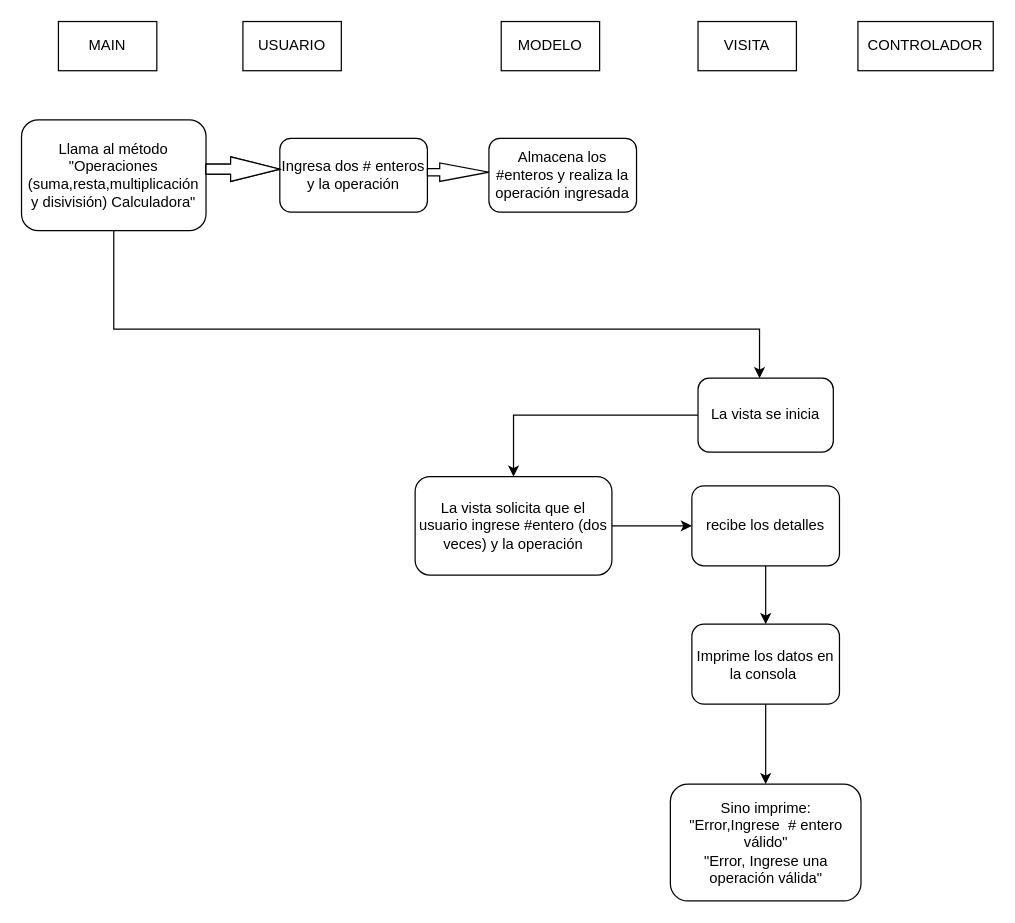
This is Diagrama sin título.drawio from ToMaZz-07/C-Users-USER-Desktop-espePOO, a draw.io file, before an edit. Source tidied: cells renumbered, new cells numbered last; positions are measured from the earlier drawing's top-left corner, leaving out a move shared by most shapes. Both pictures are drawn from the tidied source at 123%, with x=0, y=0 at pixel (21, 21).
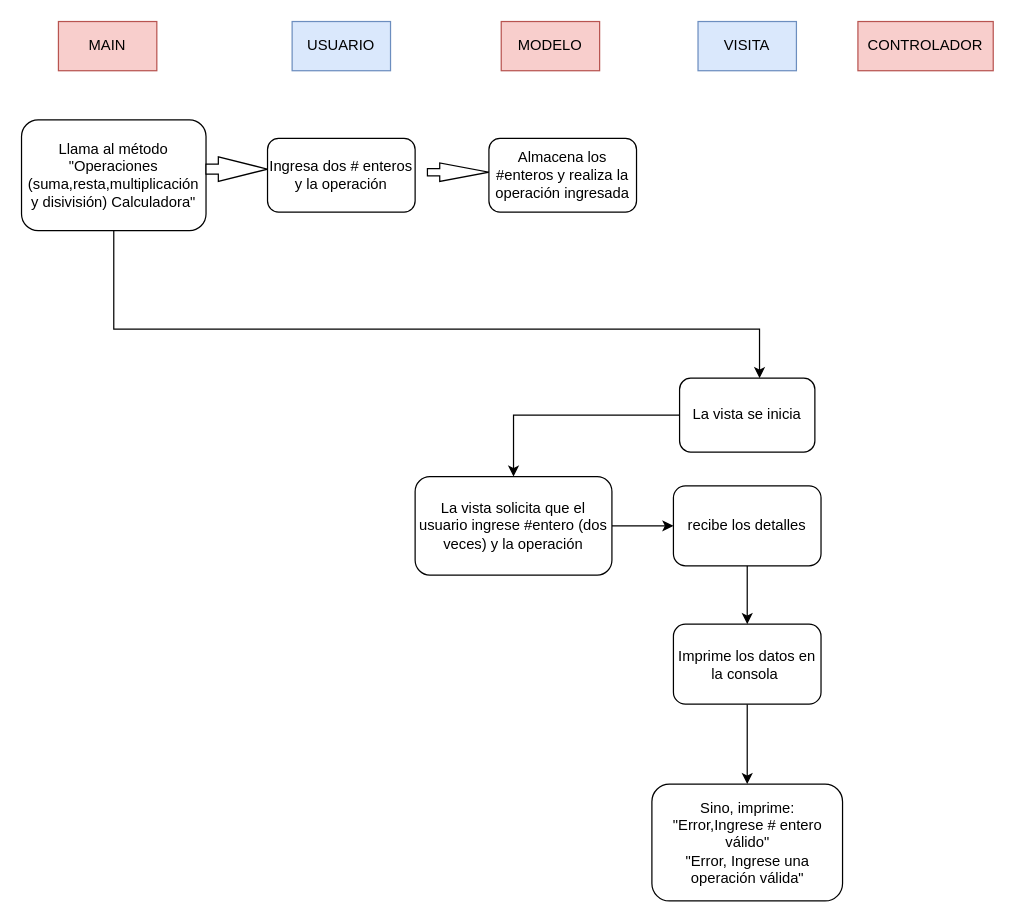
After the change.

Change to the diagram source:
```diff
@@
-    <mxCell id="2" value="MAIN" style="rounded=0;whiteSpace=wrap;html=1;" parent="1" vertex="1">
+    <mxCell id="2" value="MAIN" style="rounded=0;whiteSpace=wrap;html=1;fillColor=#f8cecc;strokeColor=#b85450;" parent="1" vertex="1">
       <mxGeometry x="30" width="80" height="40" as="geometry" />
     </mxCell>
-    <mxCell id="3" value="USUARIO" style="rounded=0;whiteSpace=wrap;html=1;" parent="1" vertex="1">
-      <mxGeometry x="180" width="80" height="40" as="geometry" />
+    <mxCell id="3" value="USUARIO" style="rounded=0;whiteSpace=wrap;html=1;fillColor=#dae8fc;strokeColor=#6c8ebf;" parent="1" vertex="1">
+      <mxGeometry x="220" width="80" height="40" as="geometry" />
     </mxCell>
-    <mxCell id="4" value="MODELO" style="rounded=0;whiteSpace=wrap;html=1;" parent="1" vertex="1">
+    <mxCell id="4" value="MODELO" style="rounded=0;whiteSpace=wrap;html=1;fillColor=#f8cecc;strokeColor=#b85450;" parent="1" vertex="1">
       <mxGeometry x="390" width="80" height="40" as="geometry" />
     </mxCell>
-    <mxCell id="5" value="VISITA" style="rounded=0;whiteSpace=wrap;html=1;" parent="1" vertex="1">
+    <mxCell id="5" value="VISITA" style="rounded=0;whiteSpace=wrap;html=1;fillColor=#dae8fc;strokeColor=#6c8ebf;" parent="1" vertex="1">
       <mxGeometry x="550" width="80" height="40" as="geometry" />
     </mxCell>
-    <mxCell id="6" value="CONTROLADOR" style="rounded=0;whiteSpace=wrap;html=1;" parent="1" vertex="1">
+    <mxCell id="6" value="CONTROLADOR" style="rounded=0;whiteSpace=wrap;html=1;fillColor=#f8cecc;strokeColor=#b85450;" parent="1" vertex="1">
       <mxGeometry x="680" width="110" height="40" as="geometry" />
     </mxCell>
@@
     <mxCell id="9" style="html=1;shadow=0;dashed=0;align=center;verticalAlign=middle;shape=mxgraph.arrows2.arrow;dy=0.6;dx=40;notch=0;" parent="1" vertex="1">
-      <mxGeometry x="150" y="110" width="60" height="20" as="geometry" />
+      <mxGeometry x="150" y="110" width="50" height="20" as="geometry" />
     </mxCell>
     <mxCell id="10" value="Ingresa dos # enteros y la operación" style="rounded=1;whiteSpace=wrap;html=1;" parent="1" vertex="1">
-      <mxGeometry x="210" y="95" width="120" height="60" as="geometry" />
+      <mxGeometry x="200" y="95" width="120" height="60" as="geometry" />
     </mxCell>
-    <mxCell id="11" style="html=1;shadow=0;dashed=0;align=center;verticalAlign=middle;shape=mxgraph.arrows2.arrow;dy=0.6;dx=40;notch=0;" parent="1" vertex="1">
-      <mxGeometry x="150" y="110" width="60" height="20" as="geometry" />
-    </mxCell>
@@
     <mxCell id="15" value="La vista se inicia" style="rounded=1;whiteSpace=wrap;html=1;" parent="1" vertex="1">
-      <mxGeometry x="550" y="290" width="110" height="60" as="geometry" />
+      <mxGeometry x="535" y="290" width="110" height="60" as="geometry" />
     </mxCell>
@@
     <mxCell id="19" value="recibe los detalles" style="rounded=1;whiteSpace=wrap;html=1;" parent="1" vertex="1">
-      <mxGeometry x="545" y="377.5" width="120" height="65" as="geometry" />
+      <mxGeometry x="530" y="377.5" width="120" height="65" as="geometry" />
     </mxCell>
@@
     <mxCell id="21" value="Imprime los datos en la consola&amp;nbsp;" style="rounded=1;whiteSpace=wrap;html=1;" parent="1" vertex="1">
-      <mxGeometry x="545" y="490" width="120" height="65" as="geometry" />
+      <mxGeometry x="530" y="490" width="120" height="65" as="geometry" />
     </mxCell>
-    <mxCell id="22" value="Sino imprime:&lt;br&gt;&quot;Error,Ingrese&amp;nbsp; # entero válido&quot;&lt;br&gt;&quot;Error, Ingrese una operación válida&quot;" style="rounded=1;whiteSpace=wrap;html=1;" parent="1" vertex="1">
-      <mxGeometry x="527.5" y="620" width="155" height="95" as="geometry" />
+    <mxCell id="22" value="Sino, imprime: &lt;br&gt;&quot;Error,Ingrese # entero válido&quot; &lt;br&gt;&quot;Error, Ingrese una operación válida&quot;" style="rounded=1;whiteSpace=wrap;html=1;" parent="1" vertex="1">
+      <mxGeometry x="512.5" y="620" width="155" height="95" as="geometry" />
     </mxCell>
```
